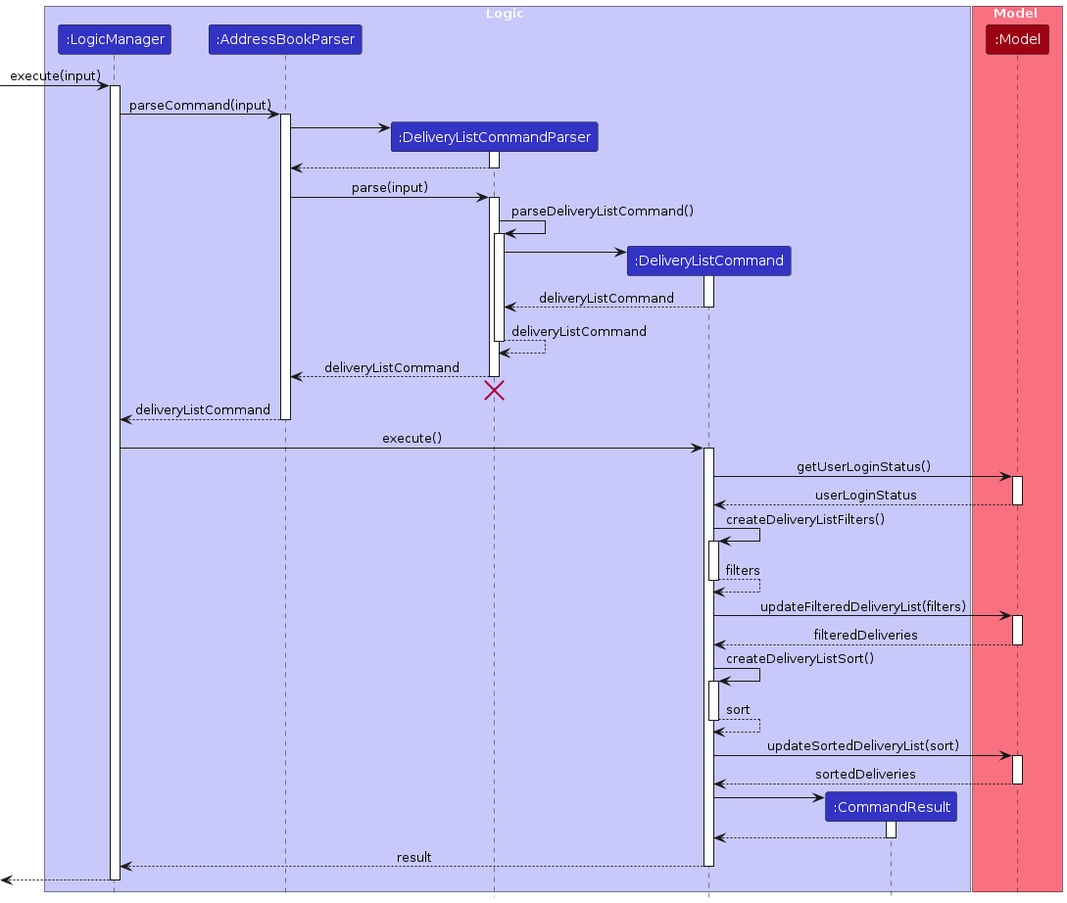
The PlantUML diagram diagrams/implementation/delivery/DeliveryListSequenceDiagram.png in zhonghan721/tp, before a commit. Its source is kept beside it as diagrams/implementation/delivery/DeliveryListSequenceDiagram.puml.
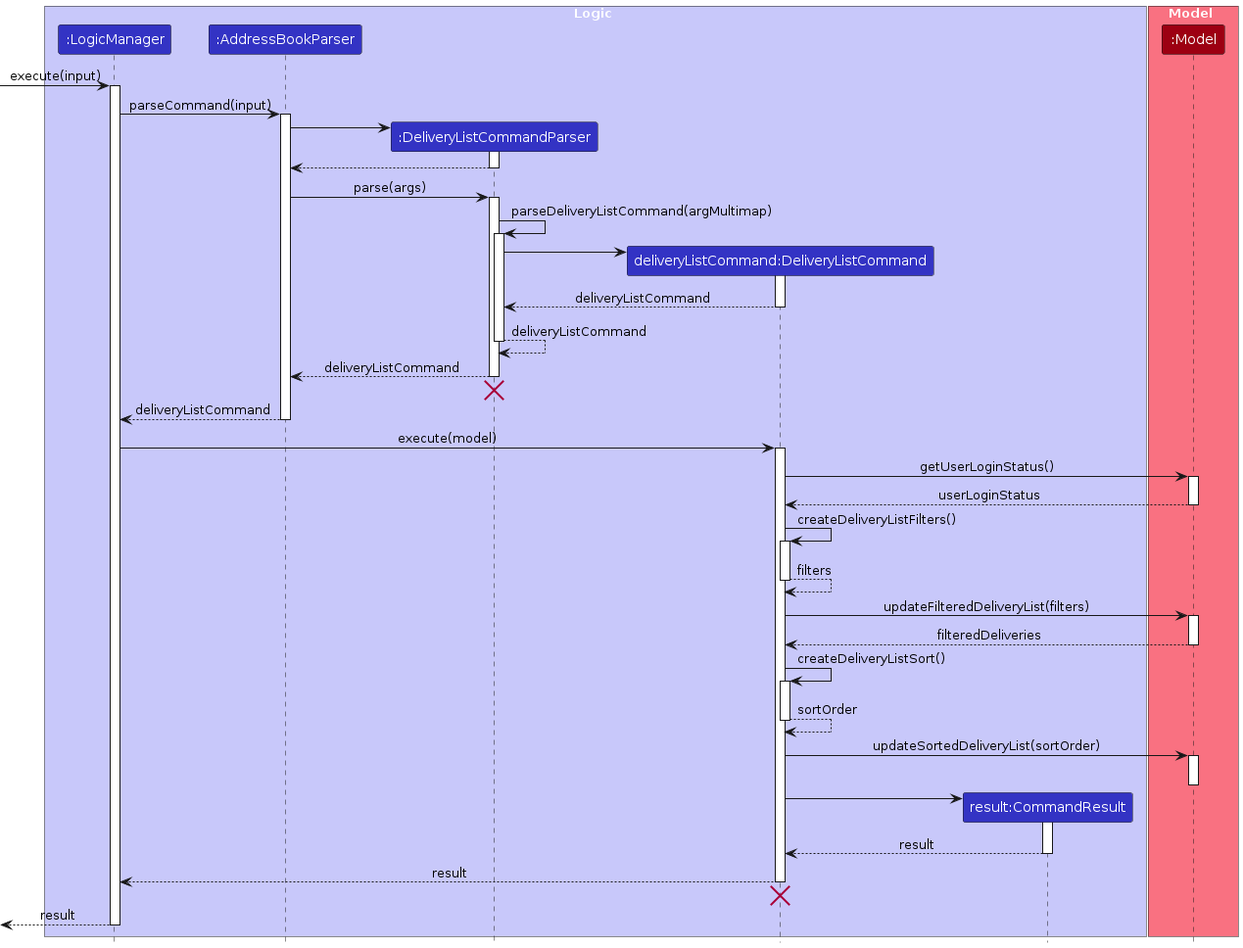
The same file after the commit.

Change to the diagram source:
```diff
@@ -7,8 +7,8 @@
 participant ":LogicManager" as LogicManager LOGIC_COLOR
 participant ":AddressBookParser" as AddressBookParser LOGIC_COLOR
 participant ":DeliveryListCommandParser" as DeliveryListCommandParser LOGIC_COLOR
-participant ":DeliveryListCommand" as DeliveryListCommand LOGIC_COLOR
-participant ":CommandResult" as CommandResult LOGIC_COLOR
+participant "deliveryListCommand:DeliveryListCommand" as DeliveryListCommand LOGIC_COLOR
+participant "result:CommandResult" as CommandResult LOGIC_COLOR
 end box
 
 box Model MODEL_COLOR_T1
@@ -30,10 +30,10 @@
 DeliveryListCommandParser --> AddressBookParser
 deactivate DeliveryListCommandParser
 
-AddressBookParser -> DeliveryListCommandParser : parse(input)
+AddressBookParser -> DeliveryListCommandParser : parse(args)
 activate DeliveryListCommandParser
 
-DeliveryListCommandParser -> DeliveryListCommandParser ++ : parseDeliveryListCommand()
+DeliveryListCommandParser -> DeliveryListCommandParser ++ : parseDeliveryListCommand(argMultimap)
 create DeliveryListCommand
 DeliveryListCommandParser -> DeliveryListCommand
 activate DeliveryListCommand
@@ -52,7 +52,7 @@
 AddressBookParser --> LogicManager : deliveryListCommand
 deactivate AddressBookParser
 
-LogicManager -> DeliveryListCommand : execute()
+LogicManager -> DeliveryListCommand : execute(model)
 activate DeliveryListCommand
 
 DeliveryListCommand -> Model : getUserLoginStatus()
@@ -71,12 +71,11 @@
 deactivate Model
 
 DeliveryListCommand -> DeliveryListCommand ++: createDeliveryListSort()
-return sort
+return sortOrder
 
-DeliveryListCommand -> Model: updateSortedDeliveryList(sort)
+DeliveryListCommand -> Model: updateSortedDeliveryList(sortOrder)
 activate Model
 
-Model --> DeliveryListCommand: sortedDeliveries
 deactivate Model
 
 
@@ -87,12 +86,15 @@
 DeliveryListCommand -> CommandResult
 activate CommandResult
 
-CommandResult --> DeliveryListCommand
+CommandResult --> DeliveryListCommand : result
 deactivate CommandResult
 
 DeliveryListCommand --> LogicManager : result
 deactivate DeliveryListCommand
 
-[<--LogicManager
+DeliveryListCommand -[hidden]-> LogicManager
+destroy DeliveryListCommand
+
+[<--LogicManager : result
 deactivate LogicManager
 @enduml
```
